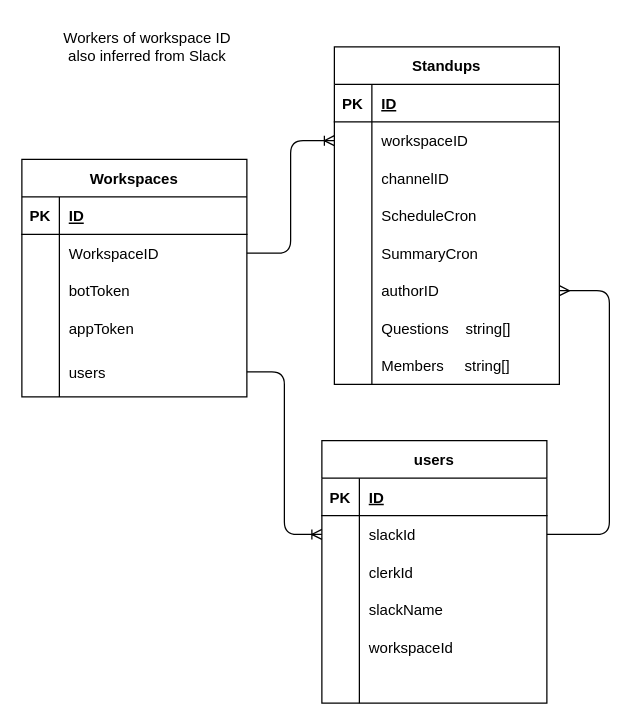
Before: packages/orm/orm.drawio in ThibaultJanBeyer/standup-bot, a draw.io diagram. Source tidied: cells renumbered, new cells numbered last; positions are measured from the earlier drawing's top-left corner, leaving out a move shared by most shapes. Both pictures are drawn from the tidied source at 125%, with x=0, y=0 at pixel (21, 21).
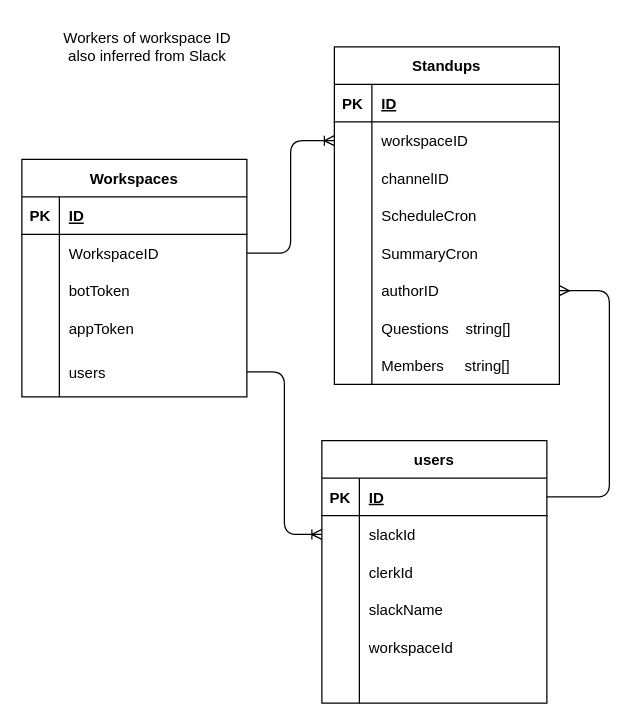
The same page after the edit.

Unchanged cells that the change refers to:
```xml
<mxCell id="21" style="shape=tableRow;horizontal=0;startSize=0;swimlaneHead=0;swimlaneBody=0;fillColor=none;points=[[0,0.5],[1,0.5]];portConstraint=eastwest;top=0;left=0;right=0;bottom=1;" parent="20" vertex="1">
  <mxGeometry y="30" width="180" height="30" as="geometry" />
</mxCell>
<mxCell id="24" style="shape=tableRow;horizontal=0;startSize=0;swimlaneHead=0;swimlaneBody=0;fillColor=none;points=[[0,0.5],[1,0.5]];portConstraint=eastwest;top=0;left=0;right=0;bottom=0;" parent="20" vertex="1">
  <mxGeometry y="60" width="180" height="30" as="geometry" />
</mxCell>
<mxCell id="57" style="shape=tableRow;horizontal=0;startSize=0;swimlaneHead=0;swimlaneBody=0;fillColor=none;points=[[0,0.5],[1,0.5]];portConstraint=eastwest;top=0;left=0;right=0;bottom=0;" parent="41" vertex="1">
  <mxGeometry y="180" width="180" height="30" as="geometry" />
</mxCell>
```

What changed in the source:
```diff
@@
-    <mxCell id="40" style="edgeStyle=orthogonalEdgeStyle;html=1;exitX=1;exitY=0.5;exitDx=0;exitDy=0;entryX=1;entryY=0.5;entryDx=0;entryDy=0;startArrow=ERmany;startFill=0;endArrow=none;endFill=0;" parent="1" edge="1" source="57" target="24">
+    <mxCell id="40" style="edgeStyle=orthogonalEdgeStyle;html=1;exitX=1;exitY=0.5;exitDx=0;exitDy=0;entryX=1;entryY=0.5;entryDx=0;entryDy=0;startArrow=ERmany;startFill=0;endArrow=none;endFill=0;" parent="1" edge="1" source="57" target="21">
       <mxGeometry relative="1" as="geometry">
         <Array as="points">
           <mxPoint x="470" y="215" />
-          <mxPoint x="470" y="410" />
+          <mxPoint x="470" y="380" />
         </Array>
       </mxGeometry>
     </mxCell>
```
